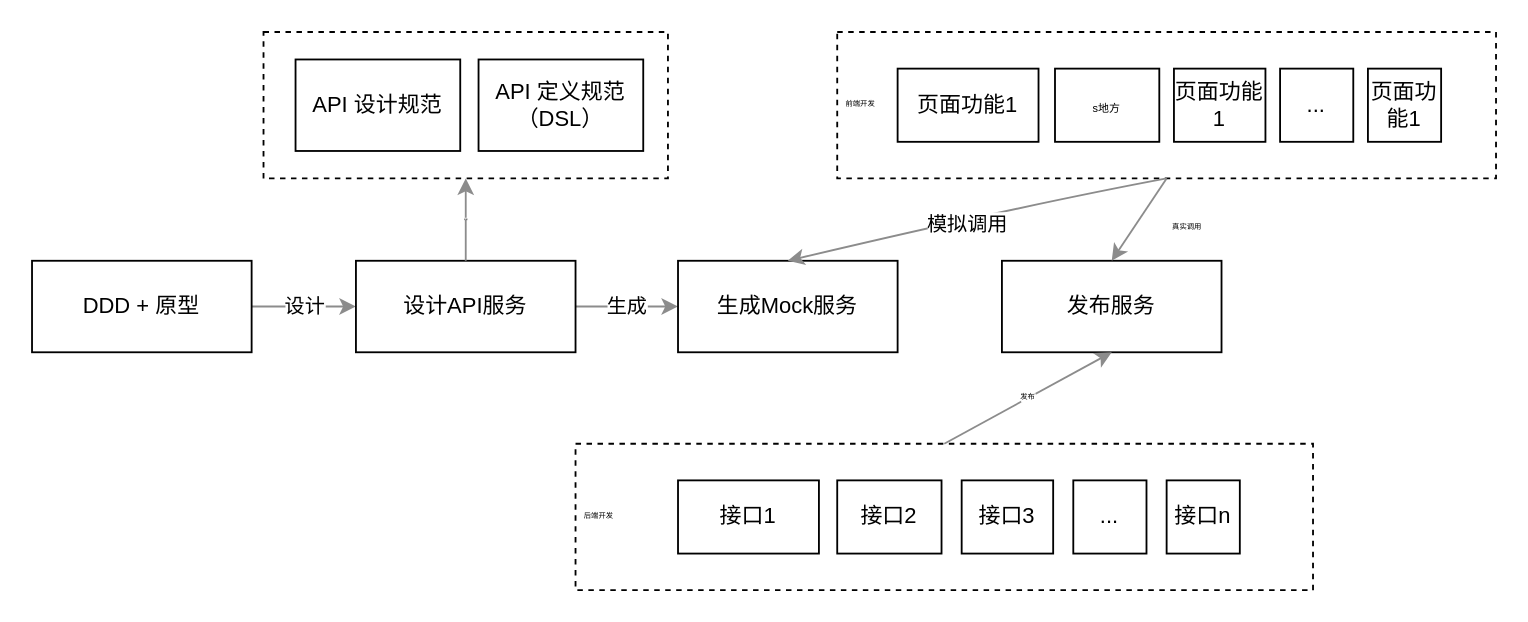
Earlier version of the draw.io diagram page "第 2 页" (2 of 3) of DevOps&持续发布.drawio (qozi/diagram). Source tidied: cells renumbered, new cells numbered last; positions are measured from the earlier drawing's top-left corner, leaving out a move shared by most shapes. Both pictures are drawn from the tidied source at 183%, with x=0, y=0 at pixel (31, 31).
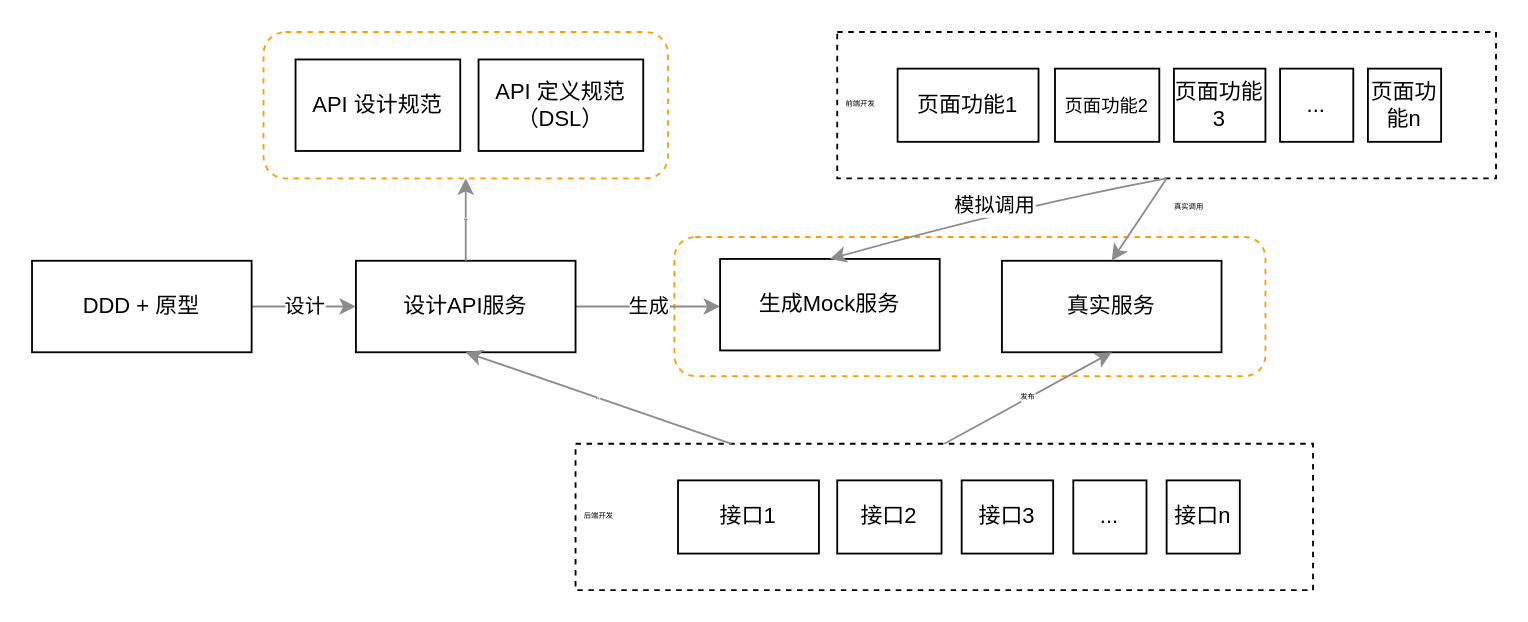
After the change.

The change refers to these unchanged cells:
```xml
<mxCell id="3" style="rounded=0;whiteSpace=wrap;html=1;shadow=0;strokeColor=#000000;fillColor=none;fontSize=6;dashed=1;" parent="1" vertex="1">
  <mxGeometry x="297" y="225" width="403" height="80" as="geometry" />
</mxCell>
<mxCell id="7" value="设计API服务" style="rounded=0;whiteSpace=wrap;html=1;shadow=0;strokeColor=#000000;fillColor=none;" parent="1" vertex="1">
  <mxGeometry x="177" y="125" width="120" height="50" as="geometry" />
</mxCell>
<mxCell id="26" style="curved=1;endArrow=classic;html=1;strokeColor=#8C8C8C;fontSize=4;exitX=0.5;exitY=1;exitDx=0;exitDy=0;entryX=0.5;entryY=0;entryDx=0;entryDy=0;" parent="1" edge="1" source="23" target="10">
  <mxGeometry relative="1" as="geometry">
    <Array as="points">
      <mxPoint x="540" y="95" />
    </Array>
  </mxGeometry>
</mxCell>
```

The edit, as a diff of the source:
```diff
@@
+    <mxCell id="23" style="rounded=0;whiteSpace=wrap;html=1;shadow=0;strokeColor=#000000;fillColor=none;fontSize=6;dashed=1;" parent="1" vertex="1">
+      <mxGeometry x="440" width="360" height="80" as="geometry" />
+    </mxCell>
+    <mxCell id="31" style="rounded=1;whiteSpace=wrap;html=1;fillColor=none;dashed=1;strokeColor=#FF9C08;" parent="1" vertex="1">
+      <mxGeometry x="351" y="112" width="323" height="76" as="geometry" />
+    </mxCell>
-    <mxCell id="2" style="rounded=0;whiteSpace=wrap;html=1;shadow=0;dashed=1;strokeColor=#000000;fillColor=none;fontSize=1;" parent="1" vertex="1">
+    <mxCell id="2" style="rounded=1;whiteSpace=wrap;html=1;shadow=0;dashed=1;strokeColor=#FF9C08;fillColor=none;fontSize=1;" parent="1" vertex="1">
       <mxGeometry x="126.5" width="221" height="80" as="geometry" />
     </mxCell>
@@
     <mxCell id="10" value="生成Mock服务" style="rounded=0;whiteSpace=wrap;html=1;shadow=0;strokeColor=#000000;fillColor=none;" parent="1" vertex="1">
-      <mxGeometry x="353" y="125" width="120" height="50" as="geometry" />
+      <mxGeometry x="376" y="124" width="120" height="50" as="geometry" />
     </mxCell>
@@
-    <mxCell id="12" value="发布服务" style="rounded=0;whiteSpace=wrap;html=1;shadow=0;strokeColor=#000000;fillColor=none;" parent="1" vertex="1">
+    <mxCell id="12" value="真实服务" style="rounded=0;whiteSpace=wrap;html=1;shadow=0;strokeColor=#000000;fillColor=none;" parent="1" vertex="1">
       <mxGeometry x="530" y="125" width="120" height="50" as="geometry" />
     </mxCell>
@@
-    <mxCell id="18" value="s地方&lt;font size=&quot;1&quot;&gt;&lt;br&gt;&lt;/font&gt;" style="rounded=0;whiteSpace=wrap;html=1;shadow=0;strokeColor=#000000;fillColor=none;fontSize=6;" parent="1" vertex="1">
+    <mxCell id="18" value="&lt;font size=&quot;1&quot;&gt;页面功能2&lt;br&gt;&lt;/font&gt;" style="rounded=0;whiteSpace=wrap;html=1;shadow=0;strokeColor=#000000;fillColor=none;fontSize=6;" parent="1" vertex="1">
       <mxGeometry x="559" y="20" width="57" height="40" as="geometry" />
     </mxCell>
-    <mxCell id="19" value="页面功能1" style="rounded=0;whiteSpace=wrap;html=1;shadow=0;strokeColor=#000000;fillColor=none;" parent="1" vertex="1">
+    <mxCell id="19" value="页面功能3" style="rounded=0;whiteSpace=wrap;html=1;shadow=0;strokeColor=#000000;fillColor=none;" parent="1" vertex="1">
       <mxGeometry x="624" y="20" width="50" height="40" as="geometry" />
     </mxCell>
@@
-    <mxCell id="21" value="页面功能1" style="rounded=0;whiteSpace=wrap;html=1;shadow=0;strokeColor=#000000;fillColor=none;" parent="1" vertex="1">
+    <mxCell id="21" value="页面功能n" style="rounded=0;whiteSpace=wrap;html=1;shadow=0;strokeColor=#000000;fillColor=none;" parent="1" vertex="1">
       <mxGeometry x="730" y="20" width="40" height="40" as="geometry" />
     </mxCell>
@@
-    <mxCell id="23" style="rounded=0;whiteSpace=wrap;html=1;shadow=0;strokeColor=#000000;fillColor=none;fontSize=6;dashed=1;" parent="1" vertex="1">
-      <mxGeometry x="440" width="360" height="80" as="geometry" />
-    </mxCell>
@@
     <mxCell id="27" value="&lt;font style=&quot;font-size: 11px&quot;&gt;模拟调用&lt;/font&gt;" style="text;html=1;align=center;verticalAlign=middle;labelBackgroundColor=#ffffff;fontSize=1;" parent="26" vertex="1">
-      <mxGeometry x="0.06" y="3" relative="1" as="geometry" />
+      <mxGeometry x="0.06" y="3" relative="1" as="geometry">
+        <mxPoint x="3.1" y="-8.2" as="offset" />
+      </mxGeometry>
     </mxCell>
@@
     <mxCell id="29" value="真实调用" style="text;html=1;align=center;verticalAlign=middle;labelBackgroundColor=#ffffff;fontSize=4;" parent="1" vertex="1">
-      <mxGeometry x="624" y="105" as="geometry">
+      <mxGeometry x="625" y="94" as="geometry">
         <mxPoint x="6" y="1" as="offset" />
       </mxGeometry>
     </mxCell>
@@
+    <mxCell id="32" value="实现" style="endArrow=classic;html=1;strokeColor=#8C8C8C;fontSize=1;entryX=0.5;entryY=1;entryDx=0;entryDy=0;" parent="1" edge="1" source="3" target="7">
+      <mxGeometry relative="1" as="geometry" />
+    </mxCell>
```
